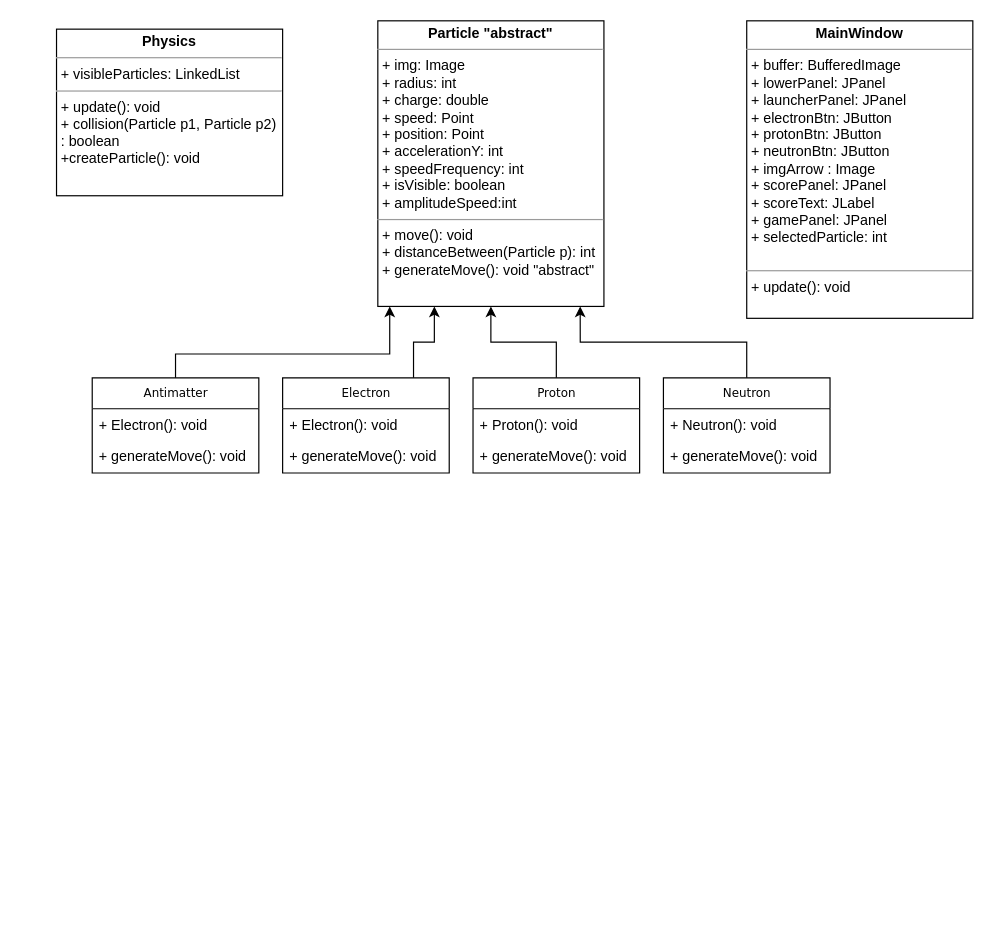
Before: DiagrammeUML.drawio in Iman974/Algo_Proj2A, a draw.io diagram. Source tidied: cells renumbered, new cells numbered last; positions are measured from the earlier drawing's top-left corner, leaving out a move shared by most shapes. Both pictures are drawn from the tidied source at 119%, with x=0, y=0 at pixel (56, 20).
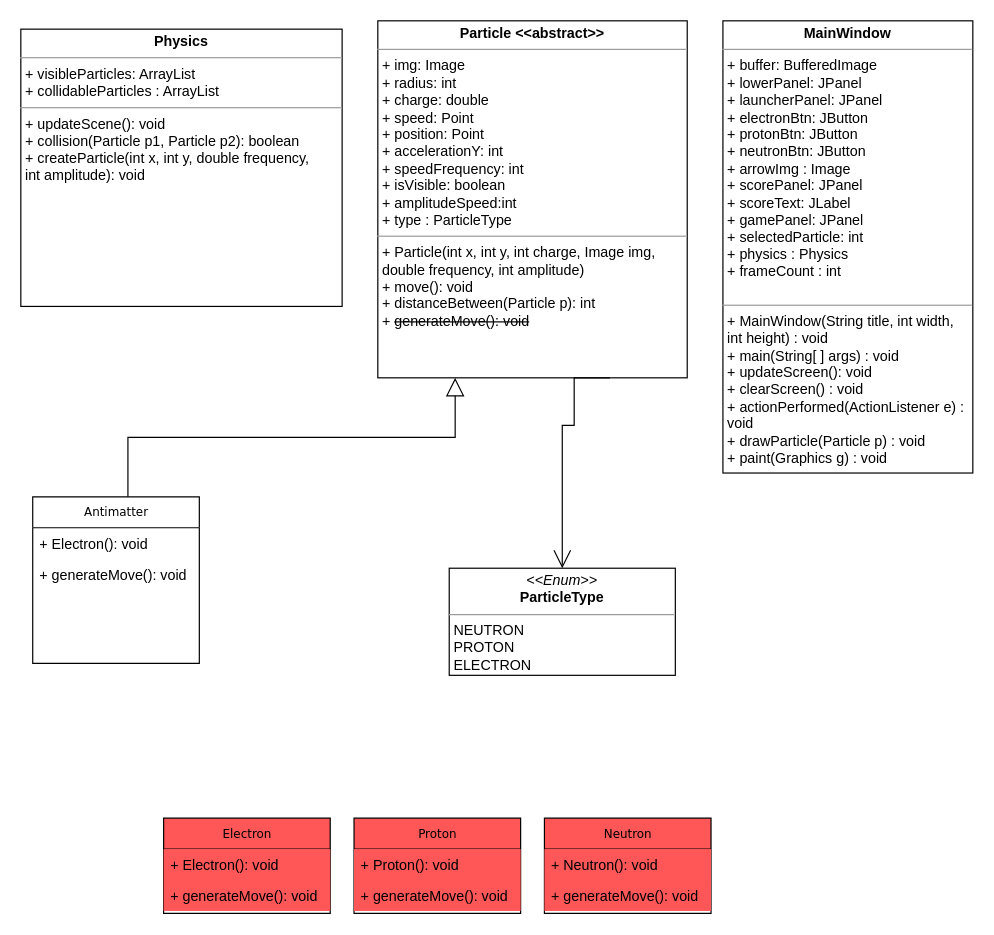
The same page after the edit.

Commit message:
Updated UML diagram

Diff of the diagram source:
```diff
@@
-    <mxCell id="2" style="edgeStyle=orthogonalEdgeStyle;rounded=0;jettySize=auto;html=1;entryX=0.895;entryY=1;entryDx=0;entryDy=0;entryPerimeter=0;" parent="1" edge="1" source="3" target="7">
-      <mxGeometry relative="1" as="geometry">
-        <Array as="points">
-          <mxPoint x="580" y="270" />
-          <mxPoint x="440" y="270" />
-        </Array>
-      </mxGeometry>
-    </mxCell>
-    <mxCell id="3" value="Neutron" style="swimlane;html=1;fontStyle=0;horizontal=1;startSize=26;fillColor=none;swimlaneFillColor=#ffffff;rounded=0;shadow=0;comic=0;labelBackgroundColor=none;strokeWidth=1;fontFamily=Verdana;fontSize=10;align=center;" parent="1" vertex="1">
-      <mxGeometry x="510" y="300" width="140" height="80" as="geometry" />
+    <mxCell id="3" value="Neutron" style="swimlane;html=1;fontStyle=0;horizontal=1;startSize=26;fillColor=#FF5757;swimlaneFillColor=#ffffff;rounded=0;shadow=0;comic=0;labelBackgroundColor=none;strokeWidth=1;fontFamily=Verdana;fontSize=10;align=center;" parent="1" vertex="1">
+      <mxGeometry x="410" y="670" width="140" height="80" as="geometry" />
     </mxCell>
-    <mxCell id="4" value="+ Neutron(): void" style="text;html=1;strokeColor=none;fillColor=none;align=left;verticalAlign=top;spacingLeft=4;spacingRight=4;whiteSpace=wrap;overflow=hidden;" parent="3" vertex="1">
+    <mxCell id="4" value="+ Neutron(): void" style="text;html=1;strokeColor=none;fillColor=#FF5757;align=left;verticalAlign=top;spacingLeft=4;spacingRight=4;whiteSpace=wrap;overflow=hidden;" parent="3" vertex="1">
       <mxGeometry y="26" width="140" height="26" as="geometry" />
     </mxCell>
-    <mxCell id="5" value="+ generateMove(): void" style="text;html=1;strokeColor=none;fillColor=none;align=left;verticalAlign=top;spacingLeft=4;spacingRight=4;whiteSpace=wrap;overflow=hidden;" parent="3" vertex="1">
+    <mxCell id="5" value="+ generateMove(): void" style="text;html=1;strokeColor=none;fillColor=#FF5757;align=left;verticalAlign=top;spacingLeft=4;spacingRight=4;whiteSpace=wrap;overflow=hidden;" parent="3" vertex="1">
       <mxGeometry y="52" width="140" height="26" as="geometry" />
     </mxCell>
-    <mxCell id="6" value="&lt;p style=&quot;margin: 0px ; margin-top: 4px ; text-align: center&quot;&gt;&lt;b&gt;Physics&lt;/b&gt;&lt;/p&gt;&lt;hr size=&quot;1&quot;&gt;&lt;p style=&quot;margin: 0px ; margin-left: 4px&quot;&gt;+ visibleParticles: LinkedList&lt;br&gt;&lt;/p&gt;&lt;hr size=&quot;1&quot;&gt;&lt;p style=&quot;margin: 0px ; margin-left: 4px&quot;&gt;+ update(): void&lt;br&gt;+ collision(Particle p1, Particle p2)&lt;/p&gt;&lt;p style=&quot;margin: 0px ; margin-left: 4px&quot;&gt;:&amp;nbsp;&lt;span&gt;boolean&lt;/span&gt;&lt;/p&gt;&lt;p style=&quot;margin: 0px ; margin-left: 4px&quot;&gt;&lt;span&gt;+createParticle(): void&lt;/span&gt;&lt;/p&gt;" style="verticalAlign=top;align=left;overflow=fill;fontSize=12;fontFamily=Helvetica;html=1;rounded=0;shadow=0;comic=0;labelBackgroundColor=none;strokeWidth=1;" parent="1" vertex="1">
-      <mxGeometry y="7" width="190" height="140" as="geometry" />
+    <mxCell id="6" value="&lt;p style=&quot;margin: 0px ; margin-top: 4px ; text-align: center&quot;&gt;&lt;b&gt;Physics&lt;/b&gt;&lt;/p&gt;&lt;hr size=&quot;1&quot;&gt;&lt;p style=&quot;margin: 0px ; margin-left: 4px&quot;&gt;+ visibleParticles: ArrayList&lt;br&gt;&lt;/p&gt;&lt;p style=&quot;margin: 0px ; margin-left: 4px&quot;&gt;+ collidableParticles : ArrayList&lt;/p&gt;&lt;hr size=&quot;1&quot;&gt;&lt;p style=&quot;margin: 0px ; margin-left: 4px&quot;&gt;+ updateScene(): void&lt;br&gt;+ collision(Particle p1, Particle p2)&lt;span&gt;:&amp;nbsp;&lt;/span&gt;&lt;span&gt;boolean&lt;/span&gt;&lt;/p&gt;&lt;p style=&quot;margin: 0px ; margin-left: 4px&quot;&gt;&lt;span&gt;+ createParticle(int x, int y, double frequency,&lt;/span&gt;&lt;/p&gt;&lt;p style=&quot;margin: 0px ; margin-left: 4px&quot;&gt;&lt;span&gt;int amplitude): void&lt;/span&gt;&lt;/p&gt;" style="verticalAlign=top;align=left;overflow=fill;fontSize=12;fontFamily=Helvetica;html=1;rounded=0;shadow=0;comic=0;labelBackgroundColor=none;strokeWidth=1;" parent="1" vertex="1">
+      <mxGeometry x="-30" y="7" width="270" height="233" as="geometry" />
     </mxCell>
-    <mxCell id="7" value="&lt;p style=&quot;margin: 0px ; margin-top: 4px ; text-align: center&quot;&gt;&lt;b&gt;Particle &quot;abstract&quot;&lt;/b&gt;&lt;/p&gt;&lt;hr size=&quot;1&quot;&gt;&lt;p style=&quot;margin: 0px ; margin-left: 4px&quot;&gt;+ img: Image&lt;br&gt;+ radius: int&lt;/p&gt;&lt;p style=&quot;margin: 0px ; margin-left: 4px&quot;&gt;+ charge: double&lt;/p&gt;&lt;p style=&quot;margin: 0px ; margin-left: 4px&quot;&gt;+ speed: Point&lt;/p&gt;&lt;p style=&quot;margin: 0px ; margin-left: 4px&quot;&gt;+ position: Point&lt;/p&gt;&lt;p style=&quot;margin: 0px ; margin-left: 4px&quot;&gt;+ accelerationY: int&lt;/p&gt;&lt;p style=&quot;margin: 0px ; margin-left: 4px&quot;&gt;+ speedFrequency: int&lt;/p&gt;&lt;p style=&quot;margin: 0px ; margin-left: 4px&quot;&gt;+ isVisible: boolean&lt;/p&gt;&lt;p style=&quot;margin: 0px ; margin-left: 4px&quot;&gt;+ amplitudeSpeed:int&lt;/p&gt;&lt;hr size=&quot;1&quot;&gt;&lt;p style=&quot;margin: 0px ; margin-left: 4px&quot;&gt;+ move(): void&lt;br&gt;+ distanceBetween(Particle p): int&lt;/p&gt;&lt;p style=&quot;margin: 0px ; margin-left: 4px&quot;&gt;+ generateMove(): void &quot;abstract&quot;&lt;/p&gt;" style="verticalAlign=top;align=left;overflow=fill;fontSize=12;fontFamily=Helvetica;html=1;rounded=0;shadow=0;comic=0;labelBackgroundColor=none;strokeWidth=1;" parent="1" vertex="1">
-      <mxGeometry x="270" width="190" height="240" as="geometry" />
+    <mxCell id="7" value="&lt;p style=&quot;margin: 0px ; margin-top: 4px ; text-align: center&quot;&gt;&lt;b&gt;Particle &amp;lt;&amp;lt;abstract&amp;gt;&amp;gt;&lt;/b&gt;&lt;/p&gt;&lt;hr size=&quot;1&quot;&gt;&lt;p style=&quot;margin: 0px ; margin-left: 4px&quot;&gt;+ img: Image&lt;br&gt;+ radius: int&lt;/p&gt;&lt;p style=&quot;margin: 0px ; margin-left: 4px&quot;&gt;+ charge: double&lt;/p&gt;&lt;p style=&quot;margin: 0px ; margin-left: 4px&quot;&gt;+ speed: Point&lt;/p&gt;&lt;p style=&quot;margin: 0px ; margin-left: 4px&quot;&gt;+ position: Point&lt;/p&gt;&lt;p style=&quot;margin: 0px ; margin-left: 4px&quot;&gt;+ accelerationY: int&lt;/p&gt;&lt;p style=&quot;margin: 0px ; margin-left: 4px&quot;&gt;+ speedFrequency: int&lt;/p&gt;&lt;p style=&quot;margin: 0px ; margin-left: 4px&quot;&gt;+ isVisible: boolean&lt;/p&gt;&lt;p style=&quot;margin: 0px ; margin-left: 4px&quot;&gt;+ amplitudeSpeed:int&lt;/p&gt;&lt;p style=&quot;margin: 0px ; margin-left: 4px&quot;&gt;+ type : ParticleType&lt;/p&gt;&lt;hr size=&quot;1&quot;&gt;&lt;p style=&quot;margin: 0px ; margin-left: 4px&quot;&gt;+ Particle(int x, int y, int charge, Image img,&lt;/p&gt;&lt;p style=&quot;margin: 0px ; margin-left: 4px&quot;&gt;&lt;span&gt;double frequency, int amplitude)&lt;/span&gt;&lt;/p&gt;&lt;p style=&quot;margin: 0px ; margin-left: 4px&quot;&gt;+ move(): void&lt;br&gt;+ distanceBetween(Particle p): int&lt;/p&gt;&lt;p style=&quot;margin: 0px ; margin-left: 4px&quot;&gt;+&amp;nbsp;&lt;strike&gt;generateMove(): void&lt;/strike&gt;&lt;/p&gt;" style="verticalAlign=top;align=left;overflow=fill;fontSize=12;fontFamily=Helvetica;html=1;rounded=0;shadow=0;comic=0;labelBackgroundColor=none;strokeWidth=1;" parent="1" vertex="1">
+      <mxGeometry x="270" width="260" height="300" as="geometry" />
     </mxCell>
-    <mxCell id="8" value="&lt;p style=&quot;margin: 0px ; margin-top: 4px ; text-align: center&quot;&gt;&lt;b&gt;MainWindow&lt;/b&gt;&lt;/p&gt;&lt;hr size=&quot;1&quot;&gt;&lt;p style=&quot;margin: 0px ; margin-left: 4px&quot;&gt;+ buffer: BufferedImage&lt;br&gt;+ lowerPanel: JPanel&lt;/p&gt;&lt;p style=&quot;margin: 0px ; margin-left: 4px&quot;&gt;+ launcherPanel: JPanel&lt;/p&gt;&lt;p style=&quot;margin: 0px ; margin-left: 4px&quot;&gt;+ electronBtn: JButton&lt;/p&gt;&lt;p style=&quot;margin: 0px ; margin-left: 4px&quot;&gt;+ protonBtn: JButton&lt;/p&gt;&lt;p style=&quot;margin: 0px ; margin-left: 4px&quot;&gt;+ neutronBtn: JButton&lt;/p&gt;&lt;p style=&quot;margin: 0px ; margin-left: 4px&quot;&gt;+ imgArrow : Image&lt;/p&gt;&lt;p style=&quot;margin: 0px ; margin-left: 4px&quot;&gt;+ scorePanel: JPanel&lt;/p&gt;&lt;p style=&quot;margin: 0px ; margin-left: 4px&quot;&gt;+ scoreText: JLabel&lt;/p&gt;&lt;p style=&quot;margin: 0px ; margin-left: 4px&quot;&gt;+ gamePanel: JPanel&lt;/p&gt;&lt;p style=&quot;margin: 0px ; margin-left: 4px&quot;&gt;+ selectedParticle: int&lt;/p&gt;&lt;p style=&quot;margin: 0px ; margin-left: 4px&quot;&gt;&lt;br&gt;&lt;/p&gt;&lt;hr size=&quot;1&quot;&gt;&lt;p style=&quot;margin: 0px ; margin-left: 4px&quot;&gt;+ update(): void&lt;br&gt;&lt;/p&gt;" style="verticalAlign=top;align=left;overflow=fill;fontSize=12;fontFamily=Helvetica;html=1;rounded=0;shadow=0;comic=0;labelBackgroundColor=none;strokeWidth=1;" parent="1" vertex="1">
-      <mxGeometry x="580" width="190" height="250" as="geometry" />
+    <mxCell id="8" value="&lt;p style=&quot;margin: 0px ; margin-top: 4px ; text-align: center&quot;&gt;&lt;b&gt;MainWindow&lt;/b&gt;&lt;/p&gt;&lt;hr size=&quot;1&quot;&gt;&lt;p style=&quot;margin: 0px ; margin-left: 4px&quot;&gt;+ buffer: BufferedImage&lt;br&gt;+ lowerPanel: JPanel&lt;/p&gt;&lt;p style=&quot;margin: 0px ; margin-left: 4px&quot;&gt;+ launcherPanel: JPanel&lt;/p&gt;&lt;p style=&quot;margin: 0px ; margin-left: 4px&quot;&gt;+ electronBtn: JButton&lt;/p&gt;&lt;p style=&quot;margin: 0px ; margin-left: 4px&quot;&gt;+ protonBtn: JButton&lt;/p&gt;&lt;p style=&quot;margin: 0px ; margin-left: 4px&quot;&gt;+ neutronBtn: JButton&lt;/p&gt;&lt;p style=&quot;margin: 0px ; margin-left: 4px&quot;&gt;+ arrowImg : Image&lt;/p&gt;&lt;p style=&quot;margin: 0px ; margin-left: 4px&quot;&gt;+ scorePanel: JPanel&lt;/p&gt;&lt;p style=&quot;margin: 0px ; margin-left: 4px&quot;&gt;+ scoreText: JLabel&lt;/p&gt;&lt;p style=&quot;margin: 0px ; margin-left: 4px&quot;&gt;+ gamePanel: JPanel&lt;/p&gt;&lt;p style=&quot;margin: 0px ; margin-left: 4px&quot;&gt;+ selectedParticle: int&lt;/p&gt;&lt;p style=&quot;margin: 0px ; margin-left: 4px&quot;&gt;+ physics : Physics&lt;/p&gt;&lt;p style=&quot;margin: 0px ; margin-left: 4px&quot;&gt;+ frameCount : int&lt;/p&gt;&lt;p style=&quot;margin: 0px ; margin-left: 4px&quot;&gt;&lt;br&gt;&lt;/p&gt;&lt;hr size=&quot;1&quot;&gt;&lt;p style=&quot;margin: 0px ; margin-left: 4px&quot;&gt;+ MainWindow(String title, int width,&lt;/p&gt;&lt;p style=&quot;margin: 0px ; margin-left: 4px&quot;&gt;int height) : void&lt;/p&gt;&lt;p style=&quot;margin: 0px ; margin-left: 4px&quot;&gt;+ main(String[ ] args) : void&lt;/p&gt;&lt;p style=&quot;margin: 0px ; margin-left: 4px&quot;&gt;+ updateScreen(): void&lt;br&gt;&lt;/p&gt;&lt;p style=&quot;margin: 0px ; margin-left: 4px&quot;&gt;+ clearScreen() : void&lt;/p&gt;&lt;p style=&quot;margin: 0px ; margin-left: 4px&quot;&gt;+ actionPerformed(ActionListener e) :&lt;br&gt;void&lt;/p&gt;&lt;p style=&quot;margin: 0px ; margin-left: 4px&quot;&gt;+ drawParticle(Particle p) : void&lt;/p&gt;&lt;p style=&quot;margin: 0px ; margin-left: 4px&quot;&gt;+ paint(Graphics g) : void&lt;/p&gt;" style="verticalAlign=top;align=left;overflow=fill;fontSize=12;fontFamily=Helvetica;html=1;rounded=0;shadow=0;comic=0;labelBackgroundColor=none;strokeWidth=1;" parent="1" vertex="1">
+      <mxGeometry x="560" width="210" height="380" as="geometry" />
     </mxCell>
-    <mxCell id="9" style="edgeStyle=orthogonalEdgeStyle;rounded=0;jettySize=auto;html=1;entryX=0.5;entryY=1;entryDx=0;entryDy=0;" parent="1" edge="1" source="10" target="7">
-      <mxGeometry relative="1" as="geometry" />
-    </mxCell>
-    <mxCell id="10" value="Proton" style="swimlane;html=1;fontStyle=0;horizontal=1;startSize=26;fillColor=none;swimlaneFillColor=#ffffff;rounded=0;shadow=0;comic=0;labelBackgroundColor=none;strokeWidth=1;fontFamily=Verdana;fontSize=10;align=center;" parent="1" vertex="1">
-      <mxGeometry x="350" y="300" width="140" height="80" as="geometry" />
+    <mxCell id="10" value="Proton" style="swimlane;html=1;fontStyle=0;horizontal=1;startSize=26;fillColor=#FF5757;swimlaneFillColor=#ffffff;rounded=0;shadow=0;comic=0;labelBackgroundColor=none;strokeWidth=1;fontFamily=Verdana;fontSize=10;align=center;" parent="1" vertex="1">
+      <mxGeometry x="250" y="670" width="140" height="80" as="geometry" />
     </mxCell>
-    <mxCell id="11" value="+ Proton(): void" style="text;html=1;strokeColor=none;fillColor=none;align=left;verticalAlign=top;spacingLeft=4;spacingRight=4;whiteSpace=wrap;overflow=hidden;" parent="10" vertex="1">
+    <mxCell id="11" value="+ Proton(): void" style="text;html=1;strokeColor=none;fillColor=#FF5757;align=left;verticalAlign=top;spacingLeft=4;spacingRight=4;whiteSpace=wrap;overflow=hidden;" parent="10" vertex="1">
       <mxGeometry y="26" width="140" height="26" as="geometry" />
     </mxCell>
-    <mxCell id="12" value="+ generateMove(): void" style="text;html=1;strokeColor=none;fillColor=none;align=left;verticalAlign=top;spacingLeft=4;spacingRight=4;whiteSpace=wrap;overflow=hidden;" parent="10" vertex="1">
+    <mxCell id="12" value="+ generateMove(): void" style="text;html=1;strokeColor=none;fillColor=#FF5757;align=left;verticalAlign=top;spacingLeft=4;spacingRight=4;whiteSpace=wrap;overflow=hidden;" parent="10" vertex="1">
       <mxGeometry y="52" width="140" height="26" as="geometry" />
     </mxCell>
-    <mxCell id="13" style="edgeStyle=orthogonalEdgeStyle;rounded=0;jettySize=auto;html=1;entryX=0.25;entryY=1;entryDx=0;entryDy=0;" parent="1" edge="1" source="14" target="7">
-      <mxGeometry relative="1" as="geometry">
-        <Array as="points">
-          <mxPoint x="300" y="270" />
-          <mxPoint x="318" y="270" />
-        </Array>
-      </mxGeometry>
-    </mxCell>
-    <mxCell id="14" value="Electron" style="swimlane;html=1;fontStyle=0;horizontal=1;startSize=26;fillColor=none;swimlaneFillColor=#ffffff;rounded=0;shadow=0;comic=0;labelBackgroundColor=none;strokeWidth=1;fontFamily=Verdana;fontSize=10;align=center;" parent="1" vertex="1">
-      <mxGeometry x="190" y="300" width="140" height="80" as="geometry" />
+    <mxCell id="14" value="Electron" style="swimlane;html=1;fontStyle=0;horizontal=1;startSize=26;fillColor=#FF5757;swimlaneFillColor=#ffffff;rounded=0;shadow=0;comic=0;labelBackgroundColor=none;strokeWidth=1;fontFamily=Verdana;fontSize=10;align=center;" parent="1" vertex="1">
+      <mxGeometry x="90" y="670" width="140" height="80" as="geometry" />
     </mxCell>
-    <mxCell id="15" value="+ Electron(): void" style="text;html=1;strokeColor=none;fillColor=none;align=left;verticalAlign=top;spacingLeft=4;spacingRight=4;whiteSpace=wrap;overflow=hidden;" parent="14" vertex="1">
+    <mxCell id="15" value="+ Electron(): void" style="text;html=1;strokeColor=none;fillColor=#FF5757;align=left;verticalAlign=top;spacingLeft=4;spacingRight=4;whiteSpace=wrap;overflow=hidden;" parent="14" vertex="1">
       <mxGeometry y="26" width="140" height="26" as="geometry" />
     </mxCell>
-    <mxCell id="16" value="+ generateMove(): void" style="text;html=1;strokeColor=none;fillColor=none;align=left;verticalAlign=top;spacingLeft=4;spacingRight=4;whiteSpace=wrap;overflow=hidden;" parent="14" vertex="1">
+    <mxCell id="16" value="+ generateMove(): void" style="text;html=1;strokeColor=none;fillColor=#FF5757;align=left;verticalAlign=top;spacingLeft=4;spacingRight=4;whiteSpace=wrap;overflow=hidden;" parent="14" vertex="1">
       <mxGeometry y="52" width="140" height="26" as="geometry" />
     </mxCell>
-    <mxCell id="17" style="edgeStyle=orthogonalEdgeStyle;rounded=0;jettySize=auto;html=1;" parent="1" edge="1" source="18" target="7">
-      <mxGeometry relative="1" as="geometry">
-        <Array as="points">
-          <mxPoint x="100" y="280" />
-          <mxPoint x="280" y="280" />
-        </Array>
-      </mxGeometry>
-    </mxCell>
     <mxCell id="18" value="Antimatter" style="swimlane;html=1;fontStyle=0;horizontal=1;startSize=26;fillColor=none;swimlaneFillColor=#ffffff;rounded=0;shadow=0;comic=0;labelBackgroundColor=none;strokeWidth=1;fontFamily=Verdana;fontSize=10;align=center;" parent="1" vertex="1">
-      <mxGeometry x="30" y="300" width="140" height="80" as="geometry" />
+      <mxGeometry x="-20" y="400" width="140" height="140" as="geometry" />
     </mxCell>
@@
+    <mxCell id="21" value="&lt;p style=&quot;margin: 0px ; margin-top: 4px ; text-align: center&quot;&gt;&lt;i&gt;&amp;lt;&amp;lt;Enum&amp;gt;&amp;gt;&lt;/i&gt;&lt;br&gt;&lt;b&gt;ParticleType&lt;/b&gt;&lt;/p&gt;&lt;hr size=&quot;1&quot;&gt;&lt;p style=&quot;margin: 0px ; margin-left: 4px&quot;&gt;NEUTRON&lt;/p&gt;&lt;p style=&quot;margin: 0px ; margin-left: 4px&quot;&gt;PROTON&lt;br&gt;ELECTRON&lt;/p&gt;" style="verticalAlign=top;align=left;overflow=fill;fontSize=12;fontFamily=Helvetica;html=1;fillColor=#FFFFFF;noLabel=0;enumerate=0;" parent="1" vertex="1">
+      <mxGeometry x="330" y="460" width="190" height="90" as="geometry" />
+    </mxCell>
+    <mxCell id="22" style="edgeStyle=orthogonalEdgeStyle;rounded=0;jettySize=auto;html=1;entryX=0.25;entryY=1;entryDx=0;entryDy=0;endArrow=block;endFill=0;jumpSize=6;strokeWidth=1;endSize=13;" parent="1" edge="1" target="7">
+      <mxGeometry relative="1" as="geometry">
+        <mxPoint x="60" y="400" as="sourcePoint" />
+        <Array as="points">
+          <mxPoint x="60" y="400" />
+          <mxPoint x="60" y="350" />
+          <mxPoint x="325" y="350" />
+        </Array>
+      </mxGeometry>
+    </mxCell>
+    <mxCell id="23" style="edgeStyle=orthogonalEdgeStyle;rounded=0;jettySize=auto;html=1;entryX=0.75;entryY=1;entryDx=0;entryDy=0;endSize=0;exitX=0.5;exitY=0;exitDx=0;exitDy=0;endArrow=none;endFill=0;startArrow=open;startFill=0;targetPerimeterSpacing=0;startSize=13;" parent="1" edge="1" source="21" target="7">
+      <mxGeometry relative="1" as="geometry">
+        <Array as="points">
+          <mxPoint x="425" y="340" />
+          <mxPoint x="435" y="340" />
+        </Array>
+      </mxGeometry>
+    </mxCell>
```
